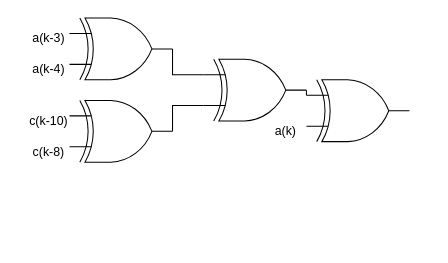
The draw.io diagram docs/xor.drawio in RiccardoSagramoni/convolutional-code-generator, before the edit. Source tidied: cells renumbered, new cells numbered last; positions are measured from the earlier drawing's top-left corner, leaving out a move shared by most shapes. Both pictures are drawn from the tidied source at 103%, with x=0, y=0 at pixel (28, 18).
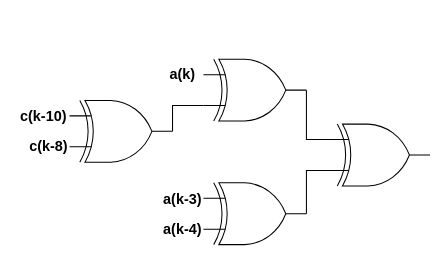
The same diagram, later.

The edit, as a diff of the source:
```diff
@@
 <mxGraphModel background="#ffffff">
   <root>
     <mxCell id="0" />
     <mxCell id="1" parent="0" />
     <mxCell id="2" style="verticalLabelPosition=bottom;shadow=0;dashed=0;align=center;html=1;verticalAlign=top;shape=mxgraph.electrical.logic_gates.logic_gate;operation=xor;" parent="1" vertex="1">
-      <mxGeometry x="40" width="100" height="60" as="geometry" />
+      <mxGeometry x="170" y="160" width="100" height="60" as="geometry" />
     </mxCell>
     <mxCell id="3" style="verticalLabelPosition=bottom;shadow=0;dashed=0;align=center;html=1;verticalAlign=top;shape=mxgraph.electrical.logic_gates.logic_gate;operation=xor;" parent="1" vertex="1">
       <mxGeometry x="40" y="80" width="100" height="60" as="geometry" />
     </mxCell>
     <mxCell id="4" style="verticalLabelPosition=bottom;shadow=0;dashed=0;align=center;html=1;verticalAlign=top;shape=mxgraph.electrical.logic_gates.logic_gate;operation=xor;" parent="1" vertex="1">
       <mxGeometry x="170" y="40" width="100" height="60" as="geometry" />
     </mxCell>
     <mxCell id="5" style="verticalLabelPosition=bottom;shadow=0;dashed=0;align=center;html=1;verticalAlign=top;shape=mxgraph.electrical.logic_gates.logic_gate;operation=xor;" parent="1" vertex="1">
-      <mxGeometry x="270" y="60" width="100" height="60" as="geometry" />
+      <mxGeometry x="290" y="103" width="100" height="60" as="geometry" />
     </mxCell>
-    <mxCell id="6" style="endArrow=none;html=1;strokeColor=#000000;fillColor=#000000;entryX=1;entryY=0.5;entryDx=0;entryDy=0;entryPerimeter=0;exitX=0;exitY=0.25;exitDx=0;exitDy=0;exitPerimeter=0;rounded=0;" parent="1" edge="1" source="4" target="2">
-      <mxGeometry relative="1" as="geometry">
-        <Array as="points">
-          <mxPoint x="140" y="55" />
-        </Array>
-      </mxGeometry>
-    </mxCell>
     <mxCell id="7" style="endArrow=none;html=1;strokeColor=#000000;fillColor=#000000;entryX=1;entryY=0.5;entryDx=0;entryDy=0;entryPerimeter=0;exitX=0;exitY=0.75;exitDx=0;exitDy=0;exitPerimeter=0;rounded=0;" parent="1" edge="1" source="4" target="3">
       <mxGeometry relative="1" as="geometry">
         <Array as="points">
           <mxPoint x="140" y="85" />
         </Array>
       </mxGeometry>
     </mxCell>
-    <mxCell id="8" style="endArrow=none;html=1;strokeColor=#000000;fillColor=#000000;entryX=1;entryY=0.5;entryDx=0;entryDy=0;entryPerimeter=0;exitX=0;exitY=0.25;exitDx=0;exitDy=0;exitPerimeter=0;" parent="1" edge="1" source="5" target="4">
-      <mxGeometry relative="1" as="geometry" />
+    <mxCell id="8" style="endArrow=none;html=1;strokeColor=#000000;fillColor=#000000;entryX=1;entryY=0.5;entryDx=0;entryDy=0;entryPerimeter=0;exitX=0;exitY=0.25;exitDx=0;exitDy=0;exitPerimeter=0;rounded=0;" parent="1" edge="1" source="5" target="4">
+      <mxGeometry relative="1" as="geometry">
+        <Array as="points">
+          <mxPoint x="270" y="118" />
+        </Array>
+      </mxGeometry>
     </mxCell>
-    <mxCell id="9" value="c(k-8)" style="text;html=1;strokeColor=none;fillColor=none;align=center;verticalAlign=middle;whiteSpace=wrap;rounded=0;" parent="1" vertex="1">
-      <mxGeometry y="120" width="40" height="20" as="geometry" />
+    <mxCell id="9" value="c(k-8)" style="text;html=1;strokeColor=none;fillColor=none;align=center;verticalAlign=middle;whiteSpace=wrap;rounded=0;fontStyle=1;fontSize=14;" parent="1" vertex="1">
+      <mxGeometry y="115" width="40" height="20" as="geometry" />
     </mxCell>
-    <mxCell id="10" value="c(k-10)" style="text;html=1;strokeColor=none;fillColor=none;align=center;verticalAlign=middle;whiteSpace=wrap;rounded=0;" parent="1" vertex="1">
-      <mxGeometry y="90" width="40" height="20" as="geometry" />
+    <mxCell id="10" value="c(k-10)" style="text;html=1;strokeColor=none;fillColor=none;align=center;verticalAlign=middle;whiteSpace=wrap;rounded=0;fontStyle=1;fontSize=14;" parent="1" vertex="1">
+      <mxGeometry x="-10" y="86" width="50" height="17" as="geometry" />
     </mxCell>
-    <mxCell id="11" value="a(k-3)" style="text;html=1;strokeColor=none;fillColor=none;align=center;verticalAlign=middle;whiteSpace=wrap;rounded=0;" parent="1" vertex="1">
-      <mxGeometry y="10" width="40" height="20" as="geometry" />
+    <mxCell id="11" value="a(k-3)" style="text;html=1;strokeColor=none;fillColor=none;align=center;verticalAlign=middle;whiteSpace=wrap;rounded=0;fontStyle=1;fontSize=14;" parent="1" vertex="1">
+      <mxGeometry x="130" y="166" width="40" height="20" as="geometry" />
     </mxCell>
-    <mxCell id="12" value="a(k-4)" style="text;html=1;strokeColor=none;fillColor=none;align=center;verticalAlign=middle;whiteSpace=wrap;rounded=0;" parent="1" vertex="1">
-      <mxGeometry y="40" width="40" height="20" as="geometry" />
+    <mxCell id="12" value="a(k)" style="text;html=1;strokeColor=none;fillColor=none;align=center;verticalAlign=middle;whiteSpace=wrap;rounded=0;fontStyle=1;fontSize=14;" parent="1" vertex="1">
+      <mxGeometry x="130" y="45" width="40" height="20" as="geometry" />
     </mxCell>
-    <mxCell id="13" value="a(k)" style="text;html=1;strokeColor=none;fillColor=none;align=center;verticalAlign=middle;whiteSpace=wrap;rounded=0;" parent="1" vertex="1">
-      <mxGeometry x="230" y="100" width="40" height="20" as="geometry" />
+    <mxCell id="13" value="a(k-4)" style="text;html=1;strokeColor=none;fillColor=none;align=center;verticalAlign=middle;whiteSpace=wrap;rounded=0;fontStyle=1;fontSize=14;" parent="1" vertex="1">
+      <mxGeometry x="130" y="195" width="40" height="20" as="geometry" />
     </mxCell>
+    <mxCell id="14" style="endArrow=none;html=1;rounded=0;fontSize=14;exitX=1;exitY=0.5;exitDx=0;exitDy=0;exitPerimeter=0;entryX=0;entryY=0.75;entryDx=0;entryDy=0;entryPerimeter=0;" parent="1" edge="1" source="2" target="5">
+      <mxGeometry relative="1" as="geometry">
+        <Array as="points">
+          <mxPoint x="270" y="148" />
+        </Array>
+      </mxGeometry>
+    </mxCell>
   </root>
 </mxGraphModel>
```
